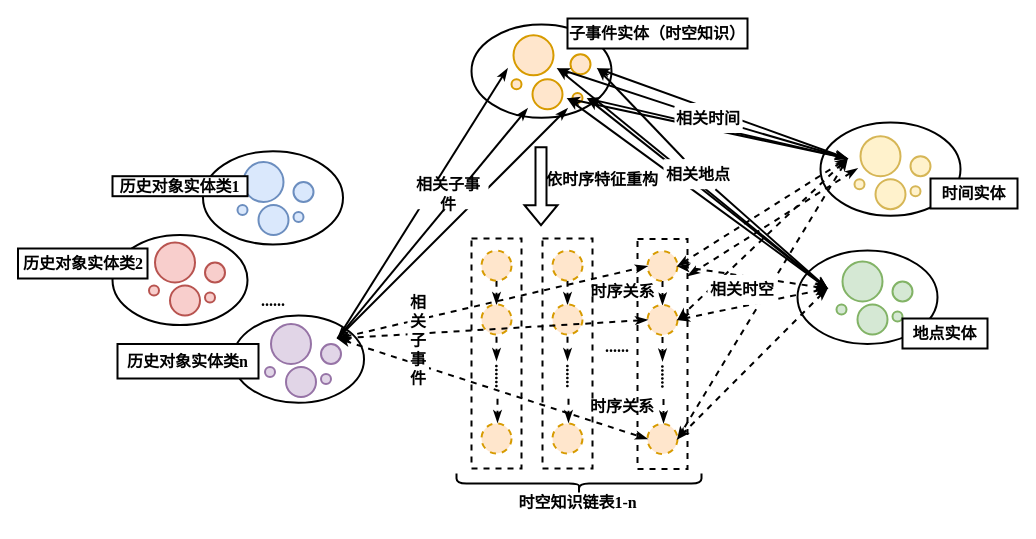
Earlier version of the draw.io diagram time-space-model.drawio (junchaoIU/Diagrams_library). Source tidied: cells renumbered, new cells numbered last; positions are measured from the earlier drawing's top-left corner, leaving out a move shared by most shapes. Both pictures are drawn from the tidied source at 100%, with x=0, y=0 at pixel (17, 18).
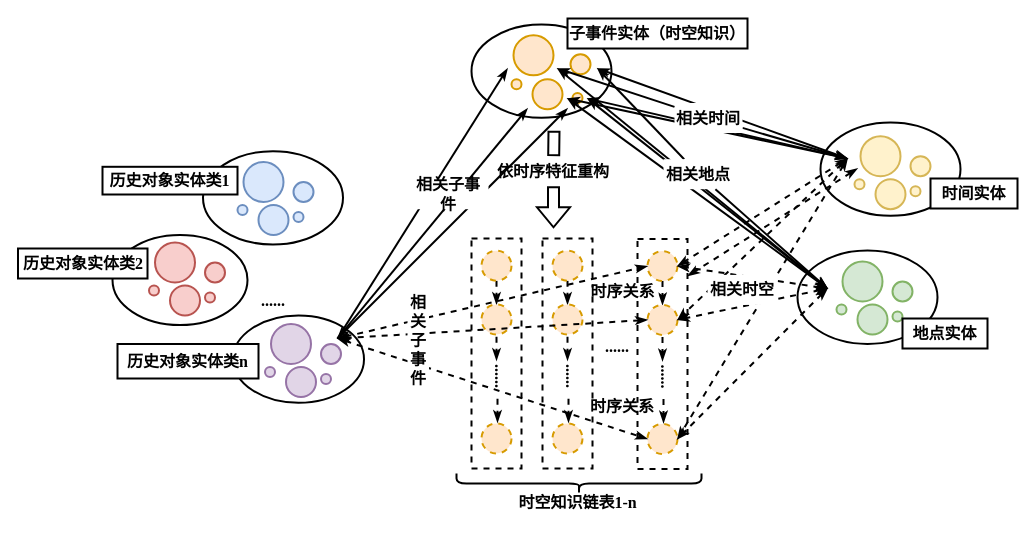
The same diagram, later.

Diff of the diagram source:
```diff
@@
     <mxCell id="32" value="&lt;span style=&quot;font-size: 16px;&quot;&gt;历史对象实体类1&lt;/span&gt;" style="rounded=0;whiteSpace=wrap;html=1;fontFamily=Times New Roman;fontSize=16;fillColor=default;strokeWidth=2;fontStyle=1;" parent="1" vertex="1">
-      <mxGeometry x="95" y="157.7" width="135" height="20" as="geometry" />
+      <mxGeometry x="85" y="148.3" width="135" height="27.7" as="geometry" />
     </mxCell>
@@
-    <mxCell id="83" style="shape=flexArrow;endArrow=classic;html=1;rounded=0;sketch=0;fontFamily=Times New Roman;fontSize=16;jumpStyle=none;strokeWidth=2;fontStyle=1;" parent="1" edge="1">
+    <mxCell id="83" style="shape=flexArrow;endArrow=classic;html=1;rounded=0;sketch=0;fontFamily=Times New Roman;fontSize=16;jumpStyle=none;strokeWidth=2;fontStyle=1;startArrow=none;" parent="1" edge="1" source="84">
       <mxGeometry relative="1" as="geometry">
-        <mxPoint x="523.5" y="127.7" as="sourcePoint" />
-        <mxPoint x="523.5" y="207.7" as="targetPoint" />
+        <mxPoint x="536" y="209.8" as="targetPoint" />
       </mxGeometry>
     </mxCell>
-    <mxCell id="84" value="&lt;font style=&quot;font-size: 16px;&quot;&gt;&lt;span style=&quot;font-size: 16px;&quot;&gt;依时序特征重构&lt;/span&gt;&lt;/font&gt;" style="text;html=1;strokeColor=none;fillColor=none;align=center;verticalAlign=middle;whiteSpace=wrap;rounded=0;dashed=1;fontFamily=Times New Roman;fontSize=16;strokeWidth=2;fontStyle=1;" parent="1" vertex="1">
-      <mxGeometry x="526" y="146" width="118" height="30" as="geometry" />
-    </mxCell>
@@
+    <mxCell id="84" value="&lt;font style=&quot;font-size: 16px;&quot;&gt;&lt;span style=&quot;font-size: 16px;&quot;&gt;依时序特征重构&lt;/span&gt;&lt;/font&gt;" style="text;html=1;strokeColor=none;fillColor=none;align=center;verticalAlign=middle;whiteSpace=wrap;rounded=0;dashed=1;fontFamily=Times New Roman;fontSize=16;strokeWidth=2;fontStyle=1;" parent="1" vertex="1">
+      <mxGeometry x="477" y="137.7" width="118" height="30" as="geometry" />
+    </mxCell>
+    <mxCell id="104" style="shape=flexArrow;endArrow=none;html=1;rounded=0;sketch=0;fontFamily=Times New Roman;fontSize=16;jumpStyle=none;strokeWidth=2;fontStyle=1;" parent="1" edge="1" target="84">
+      <mxGeometry relative="1" as="geometry">
+        <mxPoint x="536.5" y="112.2" as="sourcePoint" />
+      </mxGeometry>
+    </mxCell>
```
